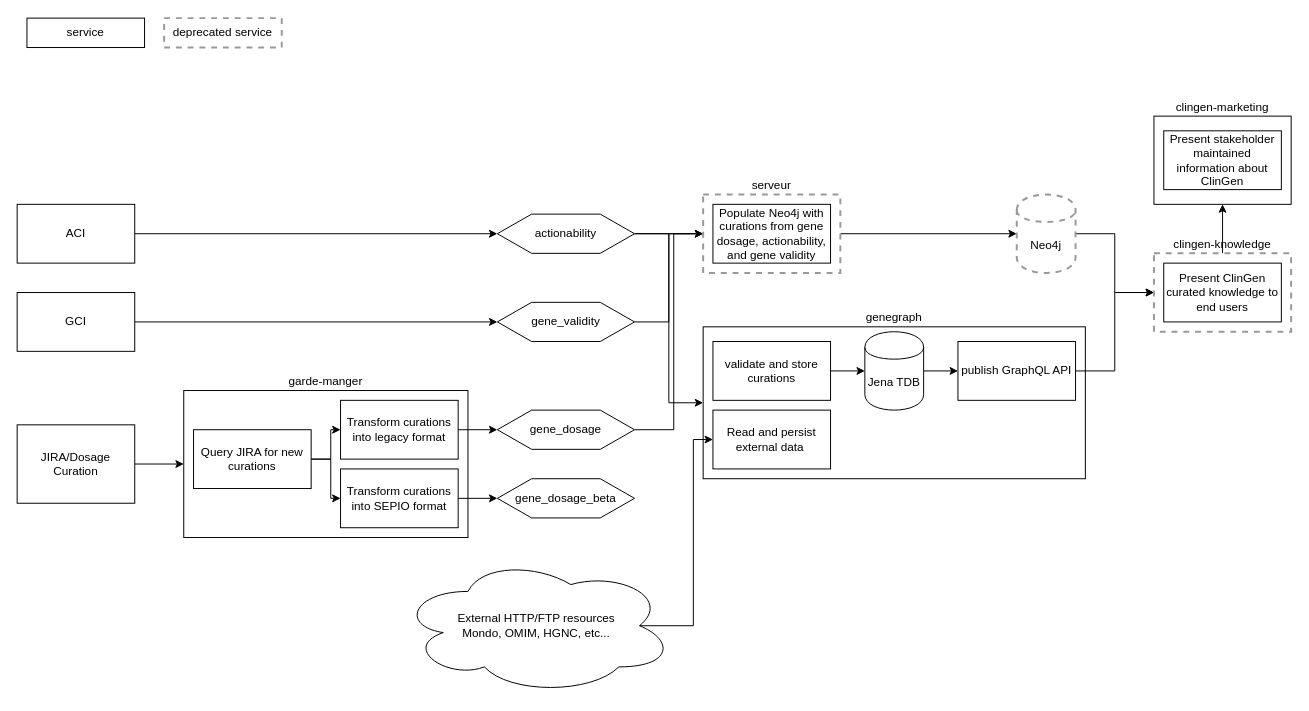
The draw.io diagram page "current" (1 of 3) of B/G ClinGen Architecture.drawio in clingen-data-model/architecture, before the edit. Source tidied: cells renumbered, new cells numbered last; positions are measured from the earlier drawing's top-left corner, leaving out a move shared by most shapes. Both pictures are drawn from the tidied source at 98%, with x=0, y=0 at pixel (17, 18).
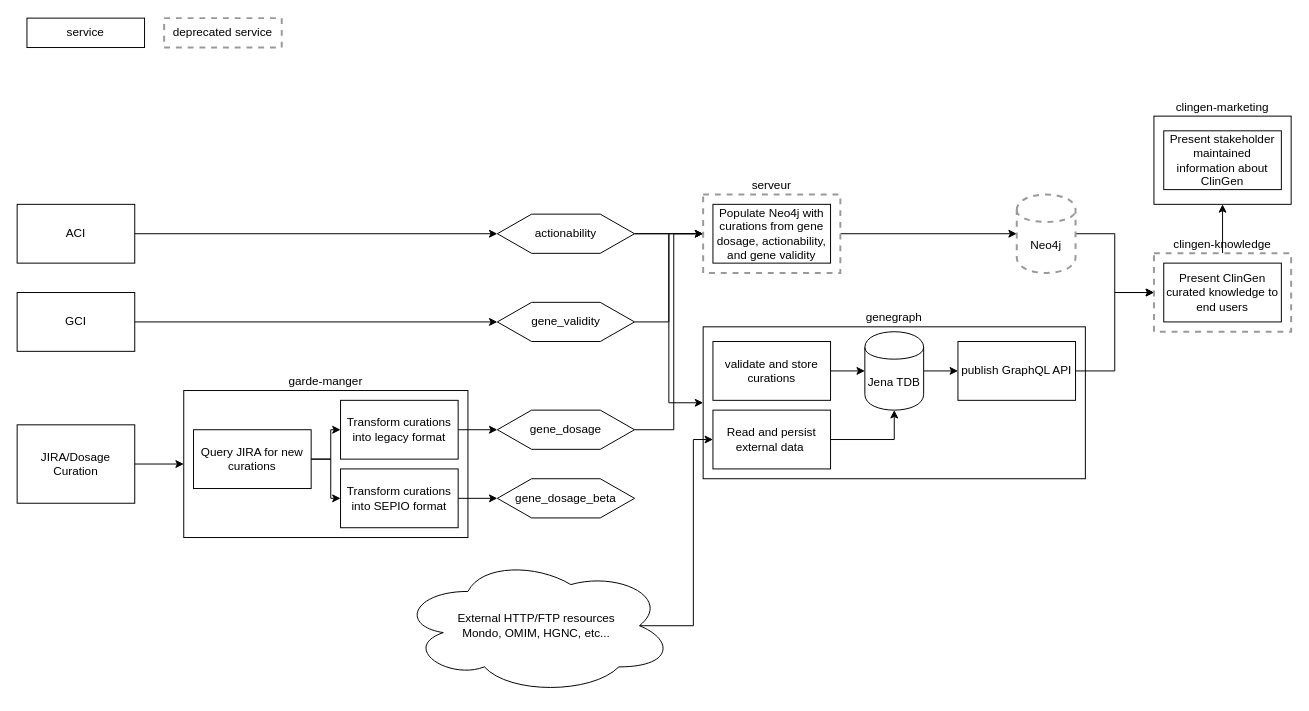
The same diagram, later.

Commit message:
detail on current genegraph implementation

Unchanged cells that the change refers to:
```xml
<mxCell id="40" value="Jena TDB" style="shape=cylinder;whiteSpace=wrap;html=1;boundedLbl=1;backgroundOutline=1;" parent="1" vertex="1">
  <mxGeometry x="865" y="320" width="60" height="80" as="geometry" />
</mxCell>
<mxCell id="43" value="Read and persist external data&amp;nbsp;" style="rounded=0;whiteSpace=wrap;html=1;" parent="1" vertex="1">
  <mxGeometry x="710" y="400" width="120" height="60" as="geometry" />
</mxCell>
```

What changed in the source:
```diff
@@
+    <mxCell id="48" style="edgeStyle=orthogonalEdgeStyle;rounded=0;jettySize=auto;html=1;exitX=1;exitY=0.5;exitDx=0;exitDy=0;entryX=0.5;entryY=1;entryDx=0;entryDy=0;fontColor=#CCCCCC;" parent="1" edge="1" source="43" target="40">
+      <mxGeometry relative="1" as="geometry" />
+    </mxCell>
```
